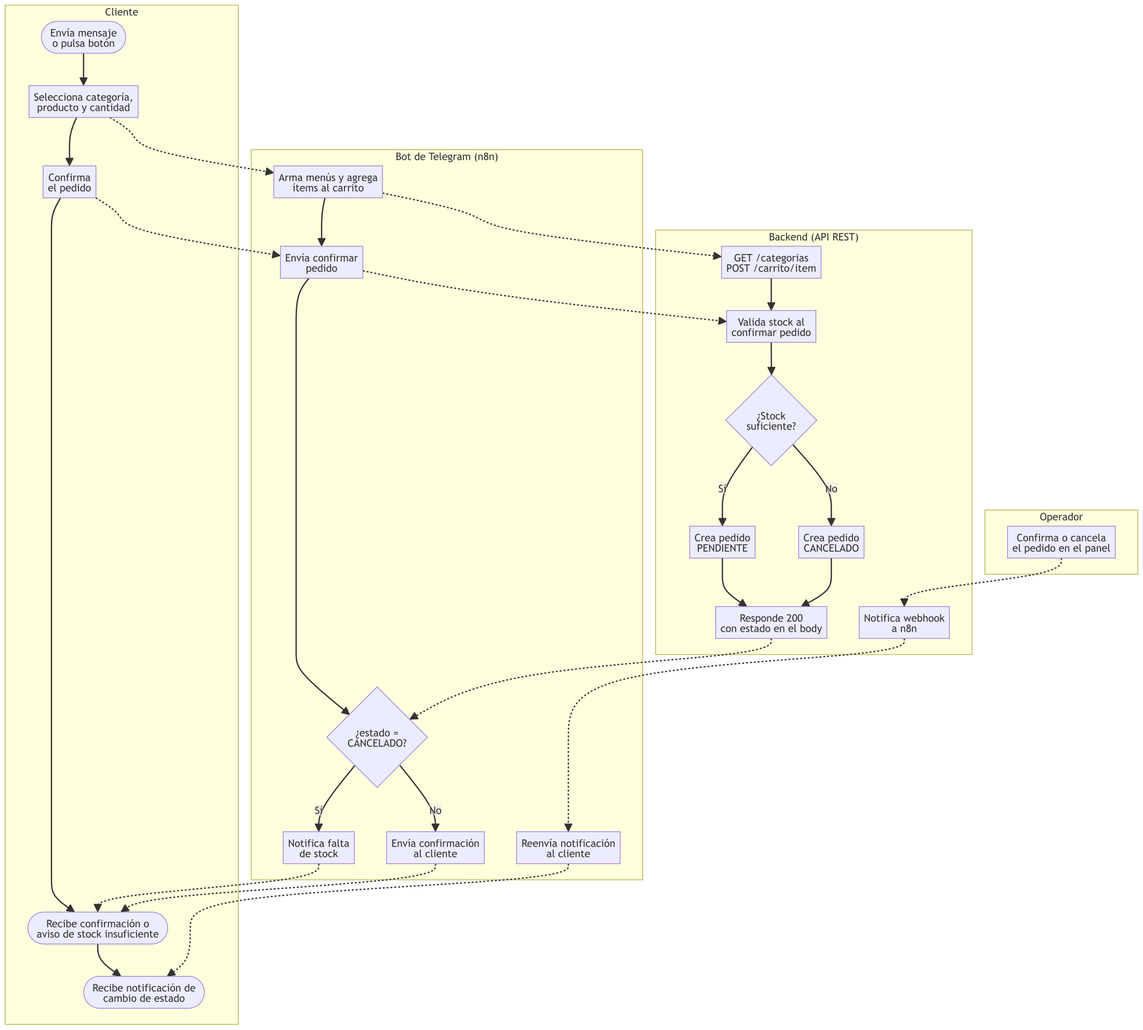
Before: docs/diagramas/diagrama_bpmn_pedido.png, a diagram exported from Mermaid (marianovidela1988-svg/integrador_final). Its source is kept beside it as docs/diagramas/diagrama_bpmn_pedido.mmd. Source of this version:
```mermaid
flowchart TB
    subgraph Cliente
        direction LR
        C0(["Envía mensaje\no pulsa botón"]) --> C1["Selecciona categoría,\nproducto y cantidad"] --> C2["Confirma\nel pedido"] --> C3(["Recibe confirmación o\naviso de stock insuficiente"]) --> C4(["Recibe notificación de\ncambio de estado"])
    end

    subgraph N8N["Bot de Telegram (n8n)"]
        direction LR
        N1["Arma menús y agrega\nítems al carrito"] --> N2["Envía confirmar\npedido"] --> N3{"¿estado =\nCANCELADO?"}
        N3 -- "Sí" --> N4["Notifica falta\nde stock"]
        N3 -- "No" --> N5["Envía confirmación\nal cliente"]
        N6["Reenvía notificación\nal cliente"]
    end

    subgraph API["Backend (API REST)"]
        direction LR
        B1["GET /categorias\nPOST /carrito/item"] --> B2["Valida stock al\nconfirmar pedido"] --> B3{"¿Stock\nsuficiente?"}
        B3 -- "Sí" --> B4["Crea pedido\nPENDIENTE"]
        B3 -- "No" --> B5["Crea pedido\nCANCELADO"]
        B4 --> B6["Responde 200\ncon estado en el body"]
        B5 --> B6
        B7["Notifica webhook\na n8n"]
    end

    subgraph Operador
        direction LR
        O1["Confirma o cancela\nel pedido en el panel"]
    end

    C1 -.-> N1
    C2 -.-> N2
    N1 -.-> B1
    N2 -.-> B2
    B6 -.-> N3
    N4 -.-> C3
    N5 -.-> C3
    O1 -.-> B7
    B7 -.-> N6
    N6 -.-> C4
```
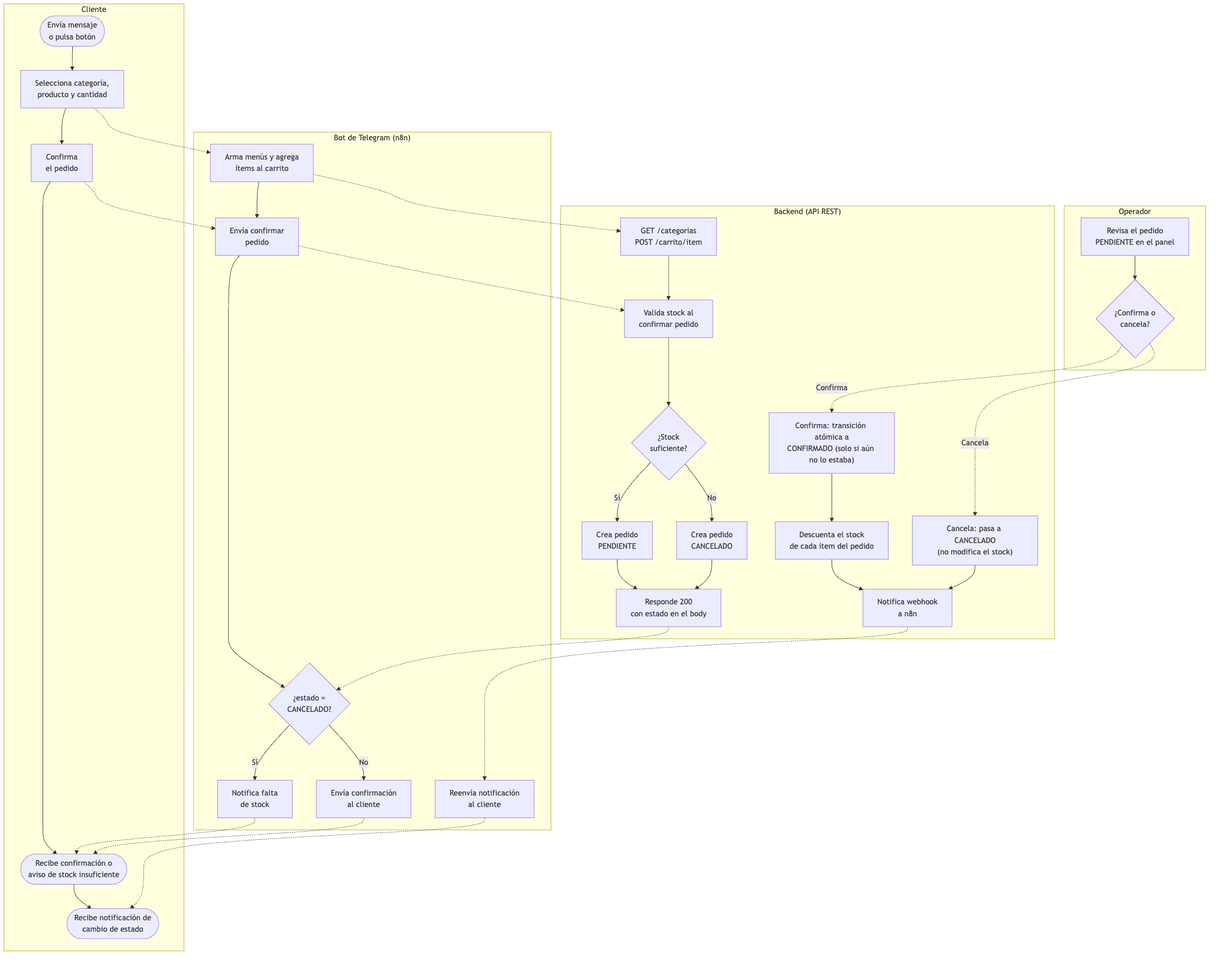
Above is the later version.

What changed in the source:
```diff
@@ -19,12 +19,16 @@
         B3 -- "No" --> B5["Crea pedido\nCANCELADO"]
         B4 --> B6["Responde 200\ncon estado en el body"]
         B5 --> B6
+        B8["Confirma: transición atómica a\nCONFIRMADO (solo si aún no lo estaba)"] --> B9["Descuenta el stock\nde cada ítem del pedido"]
+        B10["Cancela: pasa a CANCELADO\n(no modifica el stock)"]
+        B9 --> B7
+        B10 --> B7
         B7["Notifica webhook\na n8n"]
     end
 
     subgraph Operador
         direction LR
-        O1["Confirma o cancela\nel pedido en el panel"]
+        O1["Revisa el pedido\nPENDIENTE en el panel"] --> O2{"¿Confirma o\ncancela?"}
     end
 
     C1 -.-> N1
@@ -34,6 +38,7 @@
     B6 -.-> N3
     N4 -.-> C3
     N5 -.-> C3
-    O1 -.-> B7
+    O2 -. "Confirma" .-> B8
+    O2 -. "Cancela" .-> B10
     B7 -.-> N6
     N6 -.-> C4
```
